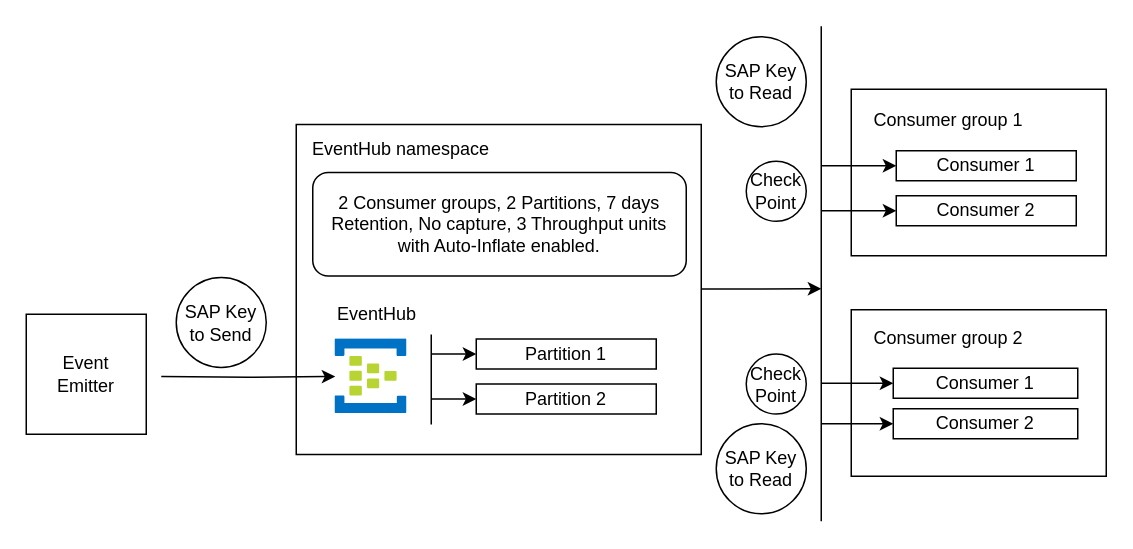
Above: Architecture.drawio in mail4hafij/Azure-EventHub (draw.io), before the change. Source tidied: cells renumbered, new cells numbered last; positions are measured from the earlier drawing's top-left corner, leaving out a move shared by most shapes. Both pictures are drawn from the tidied source at 150%, with x=0, y=0 at pixel (26, 26).
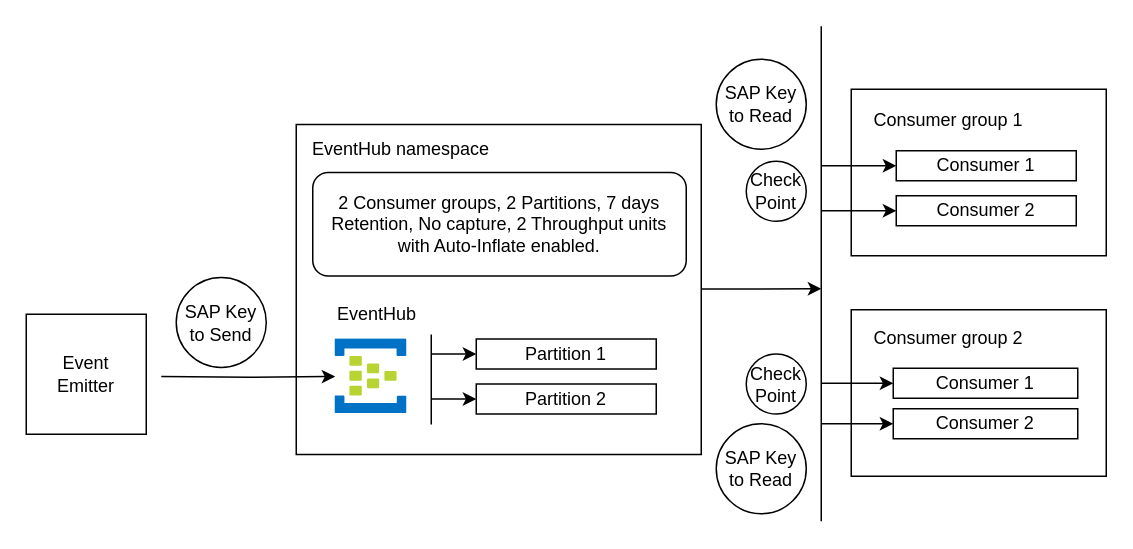
The same diagram, later.

Change to the diagram source:
```diff
@@
-    <mxCell id="28" value="2 Consumer groups, 2 Partitions, 7 days Retention, No capture, 3 Throughput units with Auto-Inflate enabled." style="rounded=1;whiteSpace=wrap;html=1;" parent="1" vertex="1">
+    <mxCell id="28" value="2 Consumer groups, 2 Partitions, 7 days Retention, No capture, 2 Throughput units with Auto-Inflate enabled." style="rounded=1;whiteSpace=wrap;html=1;" parent="1" vertex="1">
       <mxGeometry x="191" y="97.5" width="249" height="69" as="geometry" />
     </mxCell>
@@
     <mxCell id="32" value="&lt;div&gt;SAP Key&lt;br&gt;&lt;/div&gt;&lt;div&gt;to Read&lt;br&gt;&lt;/div&gt;" style="ellipse;whiteSpace=wrap;html=1;" parent="1" vertex="1">
-      <mxGeometry x="460" y="7" width="60" height="60" as="geometry" />
+      <mxGeometry x="460" y="22" width="60" height="60" as="geometry" />
     </mxCell>
```
